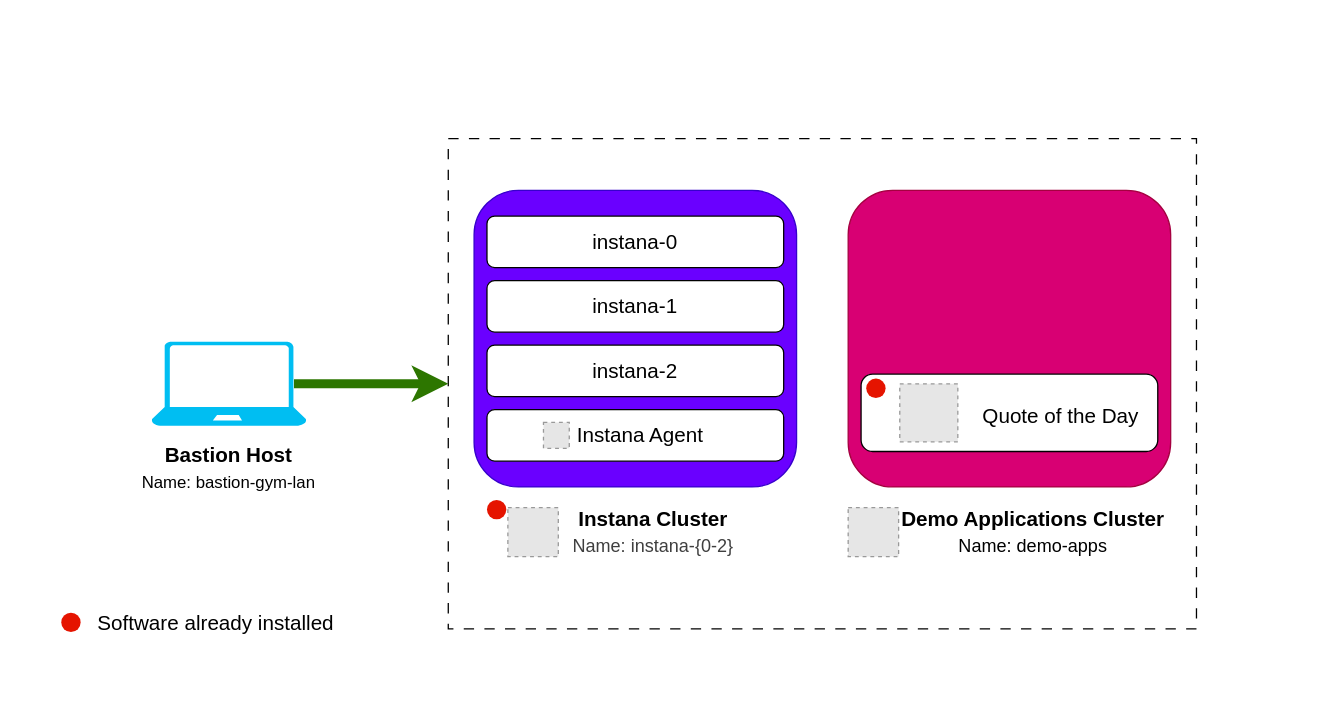
The draw.io diagram labs/instana/synthetic-pop/2-lab-environment/images/architecture.drawio in IBM/waiops-tech-jam, before the edit. Source tidied: cells renumbered, new cells numbered last; positions are measured from the earlier drawing's top-left corner, leaving out a move shared by most shapes. Both pictures are drawn from the tidied source at 129%, with x=0, y=0 at pixel (22, 86). Pictures stored in the file or linked from it are replaced by grey dashed boxes.
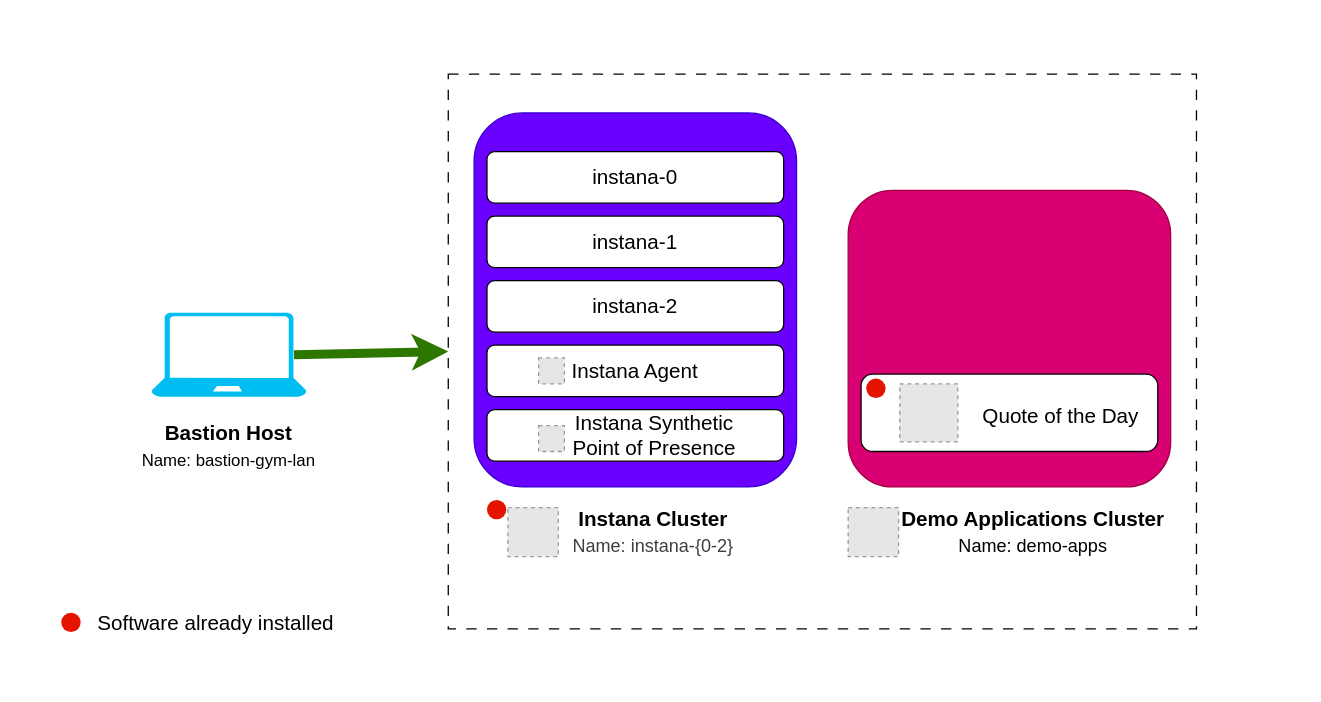
Above is the later version.

Commit message (it also covers changes not shown here):
add synth PoP component to lab environment diagram

What changed in the source:
```diff
@@
     <mxCell id="2" style="rounded=0;whiteSpace=wrap;html=1;fillStyle=solid;strokeColor=none;" parent="1" vertex="1">
-      <mxGeometry width="990" height="460" as="geometry" />
+      <mxGeometry y="-50" width="990" height="510" as="geometry" />
     </mxCell>
     <mxCell id="3" style="rounded=0;whiteSpace=wrap;html=1;dashed=1;dashPattern=8 8;" parent="1" vertex="1">
-      <mxGeometry x="330" y="40" width="580" height="380" as="geometry" />
+      <mxGeometry x="330" y="-10" width="580" height="430" as="geometry" />
     </mxCell>
@@
     <mxCell id="6" style="verticalLabelPosition=bottom;html=1;verticalAlign=top;align=center;strokeColor=none;fillColor=#00BEF2;shape=mxgraph.azure.laptop;" parent="1" vertex="1">
-      <mxGeometry x="100" y="197.5" width="120" height="65" as="geometry" />
+      <mxGeometry x="100" y="175" width="120" height="65" as="geometry" />
     </mxCell>
@@
     <mxCell id="9" value="&lt;b&gt;Bastion Host&lt;/b&gt;&lt;br&gt;&lt;font style=&quot;font-size: 13px;&quot;&gt;Name: bastion-gym-lan&lt;/font&gt;" style="text;html=1;strokeColor=none;fillColor=none;align=center;verticalAlign=middle;whiteSpace=wrap;rounded=0;fontSize=16;" parent="1" vertex="1">
-      <mxGeometry x="90" y="280" width="140" height="30" as="geometry" />
+      <mxGeometry x="90" y="262.5" width="140" height="30" as="geometry" />
     </mxCell>
@@
     <mxCell id="13" style="rounded=1;whiteSpace=wrap;html=1;fontSize=16;fillColor=#6a00ff;strokeColor=#3700CC;perimeterSpacing=1;fontColor=#ffffff;" parent="1" vertex="1">
-      <mxGeometry x="350" y="80" width="250" height="230" as="geometry" />
+      <mxGeometry x="350" y="20" width="250" height="290" as="geometry" />
     </mxCell>
     <mxCell id="14" style="group;" parent="1" vertex="1">
-      <mxGeometry x="360" y="200" width="230" height="40" as="geometry" />
+      <mxGeometry x="360" y="150" width="230" height="40" as="geometry" />
     </mxCell>
@@
     <mxCell id="17" style="group;" parent="1" vertex="1">
-      <mxGeometry x="360" y="150" width="230" height="40" as="geometry" />
+      <mxGeometry x="360" y="100" width="230" height="40" as="geometry" />
     </mxCell>
@@
     <mxCell id="20" style="group;" parent="1" vertex="1">
-      <mxGeometry x="360" y="100" width="230" height="40" as="geometry" />
+      <mxGeometry x="360" y="50" width="230" height="40" as="geometry" />
     </mxCell>
@@
     <mxCell id="23" style="rounded=1;whiteSpace=wrap;html=1;fontSize=16;strokeWidth=1;strokeColor=#000000;fillColor=default;" parent="1" vertex="1">
-      <mxGeometry x="360" y="250" width="230" height="40" as="geometry" />
+      <mxGeometry x="360" y="200" width="230" height="40" as="geometry" />
     </mxCell>
     <mxCell id="24" style="fillColor=#E6E6E6;strokeColor=#999999;dashed=1;verticalLabelPosition=bottom;labelBackgroundColor=default;verticalAlign=top;" parent="1" vertex="1">
-      <mxGeometry x="403.8" y="260" width="20" height="20" as="geometry" />
+      <mxGeometry x="400" y="210" width="20" height="20" as="geometry" />
     </mxCell>
     <mxCell id="25" value="Instana Agent" style="text;html=1;strokeColor=none;fillColor=none;align=center;verticalAlign=middle;whiteSpace=wrap;rounded=0;fontSize=16;" parent="1" vertex="1">
-      <mxGeometry x="423.8" y="255" width="110" height="30" as="geometry" />
+      <mxGeometry x="420" y="205" width="110" height="30" as="geometry" />
     </mxCell>
@@
+    <mxCell id="34" style="rounded=1;whiteSpace=wrap;html=1;fontSize=16;strokeWidth=1;strokeColor=#000000;fillColor=default;" parent="1" vertex="1">
+      <mxGeometry x="360" y="250" width="230" height="40" as="geometry" />
+    </mxCell>
+    <mxCell id="35" style="fillColor=#E6E6E6;strokeColor=#999999;dashed=1;verticalLabelPosition=bottom;labelBackgroundColor=default;verticalAlign=top;" parent="1" vertex="1">
+      <mxGeometry x="400" y="262.5" width="20" height="20" as="geometry" />
+    </mxCell>
+    <mxCell id="36" value="Instana Synthetic Point of Presence" style="text;html=1;strokeColor=none;fillColor=none;align=center;verticalAlign=middle;whiteSpace=wrap;rounded=0;fontSize=16;" parent="1" vertex="1">
+      <mxGeometry x="420" y="255" width="140" height="30" as="geometry" />
+    </mxCell>
```
